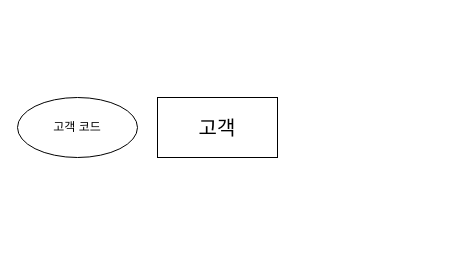
Above: 제목 없는 다이어그램.drawio in sk3001/ERD (draw.io), before the change. Source tidied: cells renumbered, new cells numbered last; positions are measured from the earlier drawing's top-left corner, leaving out a move shared by most shapes. Both pictures are drawn from the tidied source at 100%, with x=0, y=0 at pixel (17, 97).
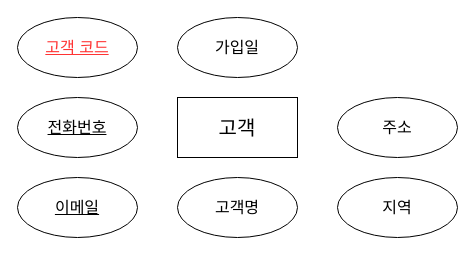
The same diagram, later.

Commit message:
제목 없는 다이어그램.drawio 업데이트

The edit, as a diff of the source:
```diff
@@
 <mxGraphModel>
   <root>
     <mxCell id="0" />
     <mxCell id="1" parent="0" />
     <mxCell id="2" value="&lt;font style=&quot;font-size: 20px;&quot;&gt;고객&lt;/font&gt;" style="rounded=0;whiteSpace=wrap;html=1;" parent="1" vertex="1">
-      <mxGeometry x="140" width="120" height="60" as="geometry" />
+      <mxGeometry x="160" width="120" height="60" as="geometry" />
     </mxCell>
-    <mxCell id="3" value="고객 코드" style="ellipse;whiteSpace=wrap;html=1;" parent="1" vertex="1">
+    <mxCell id="3" value="&lt;u&gt;전화번호&lt;/u&gt;" style="ellipse;whiteSpace=wrap;html=1;fontSize=16;" parent="1" vertex="1">
       <mxGeometry width="120" height="60" as="geometry" />
     </mxCell>
+    <mxCell id="4" value="&lt;u&gt;이메일&lt;/u&gt;" style="ellipse;whiteSpace=wrap;html=1;fontSize=16;" parent="1" vertex="1">
+      <mxGeometry y="80" width="120" height="60" as="geometry" />
+    </mxCell>
+    <mxCell id="5" value="고객명" style="ellipse;whiteSpace=wrap;html=1;fontSize=16;" parent="1" vertex="1">
+      <mxGeometry x="160" y="80" width="120" height="60" as="geometry" />
+    </mxCell>
+    <mxCell id="6" value="지역" style="ellipse;whiteSpace=wrap;html=1;fontSize=16;" parent="1" vertex="1">
+      <mxGeometry x="320" y="80" width="120" height="60" as="geometry" />
+    </mxCell>
+    <mxCell id="7" value="주소" style="ellipse;whiteSpace=wrap;html=1;fontSize=16;" parent="1" vertex="1">
+      <mxGeometry x="320" width="120" height="60" as="geometry" />
+    </mxCell>
+    <mxCell id="8" value="가입일" style="ellipse;whiteSpace=wrap;html=1;fontSize=16;" parent="1" vertex="1">
+      <mxGeometry x="160" y="-80" width="120" height="60" as="geometry" />
+    </mxCell>
+    <mxCell id="9" value="&lt;font style=&quot;color: rgb(255, 51, 51);&quot;&gt;&lt;u&gt;고객 코드&lt;/u&gt;&lt;/font&gt;" style="ellipse;whiteSpace=wrap;html=1;fontSize=16;" parent="1" vertex="1">
+      <mxGeometry y="-80" width="120" height="60" as="geometry" />
+    </mxCell>
   </root>
 </mxGraphModel>
```
